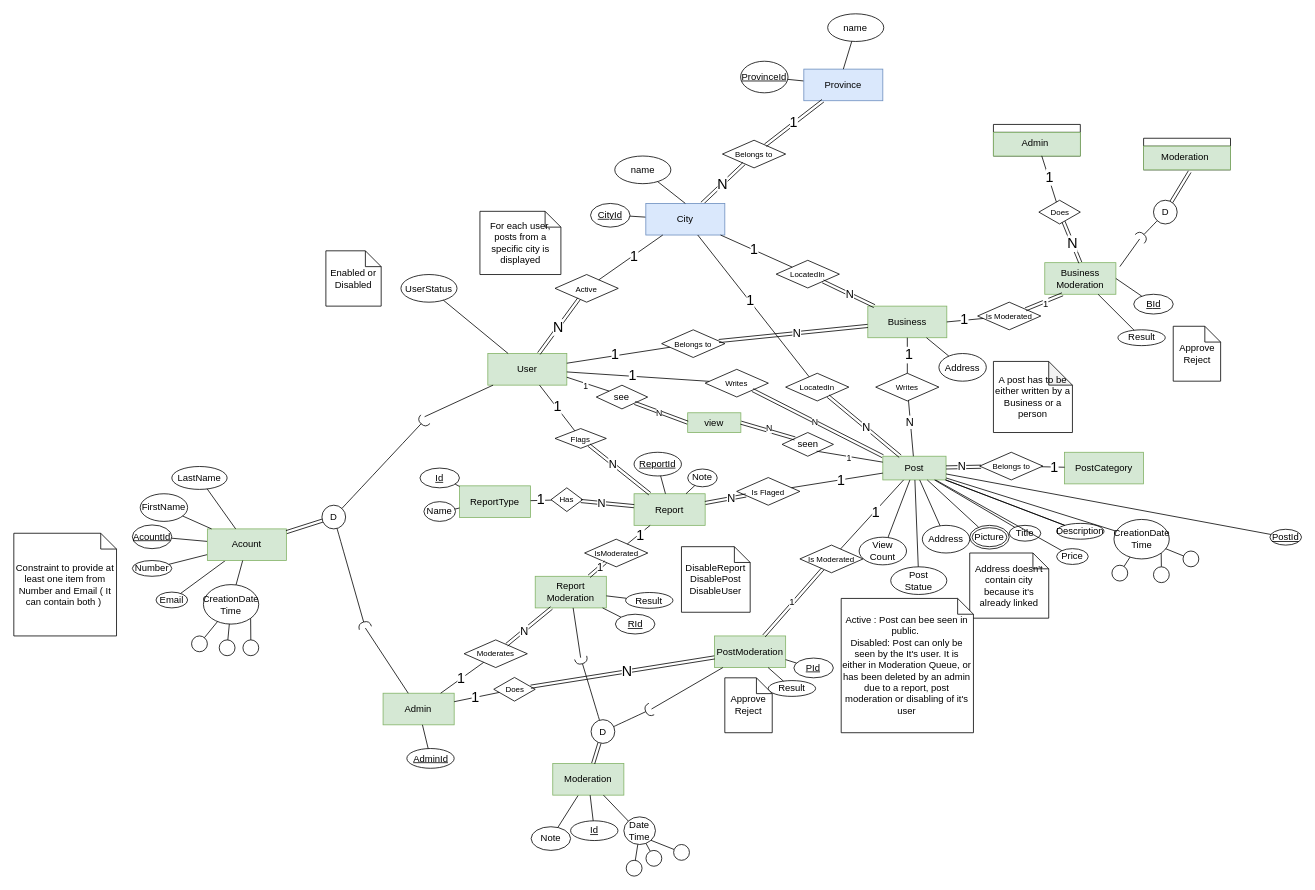
Before: Project.drawio in khebrati/HamsellDatabase, a draw.io diagram. Source tidied: cells renumbered, new cells numbered last; positions are measured from the earlier drawing's top-left corner, leaving out a move shared by most shapes. Both pictures are drawn from the tidied source at 79%, with x=0, y=0 at pixel (13, 13).
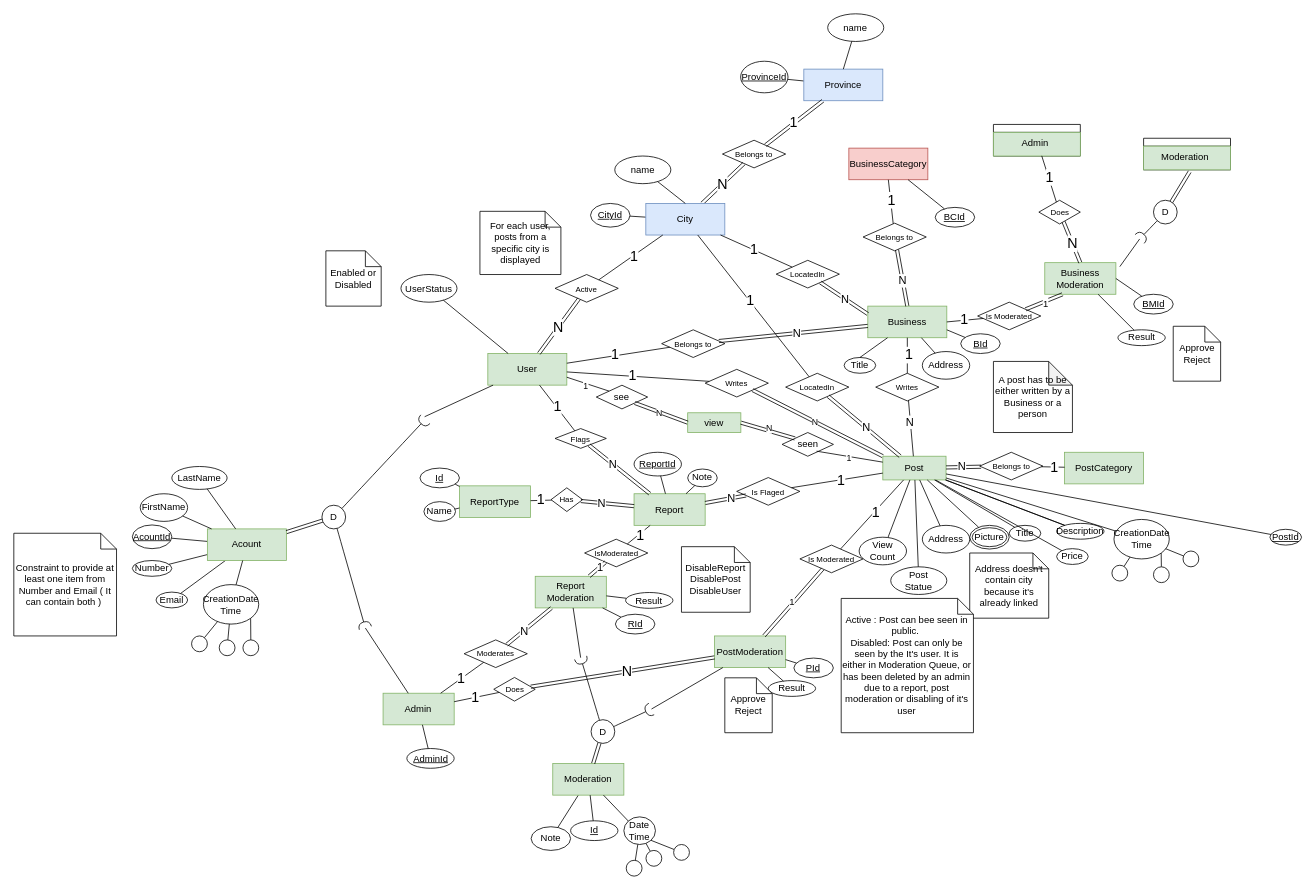
The same diagram, later.

Commit message:
Business Entity updated

The change refers to these unchanged cells:
```xml
<mxCell id="170" value="Business" style="whiteSpace=wrap;html=1;align=center;fillColor=#d5e8d4;strokeColor=#82b366;" parent="1" vertex="1">
  <mxGeometry x="1081" y="370" width="100" height="40" as="geometry" />
</mxCell>
<mxCell id="187" value="&lt;span style=&quot;font-size: 10px;&quot;&gt;LocatedIn&lt;/span&gt;" style="shape=rhombus;perimeter=rhombusPerimeter;whiteSpace=wrap;html=1;align=center;" parent="1" vertex="1">
  <mxGeometry x="965" y="312" width="80" height="35" as="geometry" />
</mxCell>
```

The edit, as a diff of the source:
```diff
@@
     <mxCell id="184" value="Address" style="ellipse;whiteSpace=wrap;html=1;align=center;" parent="1" vertex="1">
-      <mxGeometry x="1171" y="430" width="60" height="35" as="geometry" />
+      <mxGeometry x="1150" y="427.5" width="60" height="35" as="geometry" />
     </mxCell>
@@
-    <mxCell id="188" style="shape=link;html=1;rounded=0;" parent="1" edge="1" source="170" target="187">
+    <mxCell id="188" style="shape=link;html=1;rounded=0;exitX=0;exitY=0.25;exitDx=0;exitDy=0;" parent="1" edge="1" source="170" target="187">
       <mxGeometry relative="1" as="geometry" />
     </mxCell>
@@
-    <mxCell id="252" value="B&lt;span style=&quot;background-color: initial;&quot;&gt;Id&lt;/span&gt;" style="ellipse;whiteSpace=wrap;html=1;align=center;fontStyle=4;" parent="1" vertex="1">
+    <mxCell id="252" value="BM&lt;span style=&quot;background-color: initial;&quot;&gt;Id&lt;/span&gt;" style="ellipse;whiteSpace=wrap;html=1;align=center;fontStyle=4;" parent="1" vertex="1">
       <mxGeometry x="1417.6" y="355" width="50" height="25" as="geometry" />
     </mxCell>
@@
+    <mxCell id="254" value="Title" style="ellipse;whiteSpace=wrap;html=1;align=center;" parent="1" vertex="1">
+      <mxGeometry x="1051" y="435" width="40" height="20" as="geometry" />
+    </mxCell>
+    <mxCell id="255" style="endArrow=none;html=1;rounded=0;exitX=0.5;exitY=0;exitDx=0;exitDy=0;entryX=0.25;entryY=1;entryDx=0;entryDy=0;" parent="1" edge="1" source="254" target="170">
+      <mxGeometry relative="1" as="geometry" />
+    </mxCell>
+    <mxCell id="256" value="BusinessCategory" style="whiteSpace=wrap;html=1;align=center;fillColor=#f8cecc;strokeColor=#b85450;" parent="1" vertex="1">
+      <mxGeometry x="1057" y="170" width="100" height="40" as="geometry" />
+    </mxCell>
+    <mxCell id="257" value="&lt;font style=&quot;font-size: 10px;&quot;&gt;Belongs to&lt;/font&gt;" style="shape=rhombus;perimeter=rhombusPerimeter;whiteSpace=wrap;html=1;align=center;" parent="1" vertex="1">
+      <mxGeometry x="1075" y="265" width="80" height="35" as="geometry" />
+    </mxCell>
+    <mxCell id="258" style="shape=link;html=1;rounded=0;exitX=0.5;exitY=0;exitDx=0;exitDy=0;" parent="1" edge="1" source="170" target="257">
+      <mxGeometry relative="1" as="geometry" />
+    </mxCell>
+    <mxCell id="259" value="&lt;font style=&quot;font-size: 14px;&quot;&gt;N&lt;/font&gt;" style="edgeLabel;html=1;align=center;verticalAlign=middle;" parent="258" vertex="1">
+      <mxGeometry x="-0.08" y="1" relative="1" as="geometry" />
+    </mxCell>
+    <mxCell id="260" style="endArrow=none;html=1;rounded=0;entryX=0.5;entryY=1;entryDx=0;entryDy=0;" parent="1" edge="1" source="257" target="256">
+      <mxGeometry relative="1" as="geometry" />
+    </mxCell>
+    <mxCell id="261" value="&lt;font style=&quot;font-size: 18px;&quot;&gt;1&lt;/font&gt;" style="edgeLabel;html=1;align=center;verticalAlign=middle;" parent="260" vertex="1">
+      <mxGeometry x="0.08" y="-1" relative="1" as="geometry" />
+    </mxCell>
+    <mxCell id="262" style="html=1;whiteSpace=wrap;align=right;verticalAlign=bottom;" parent="1" vertex="1">
+      <mxGeometry x="1248.6" y="412" as="geometry">
+        <mxPoint x="-11" y="50" as="offset" />
+      </mxGeometry>
+    </mxCell>
+    <mxCell id="263" value="B&lt;span style=&quot;background-color: initial;&quot;&gt;Id&lt;/span&gt;" style="ellipse;whiteSpace=wrap;html=1;align=center;fontStyle=4;" parent="1" vertex="1">
+      <mxGeometry x="1198.6" y="405" width="50" height="25" as="geometry" />
+    </mxCell>
+    <mxCell id="264" style="endArrow=none;html=1;rounded=0;entryX=1;entryY=0.75;entryDx=0;entryDy=0;" parent="1" edge="1" source="263" target="170">
+      <mxGeometry relative="1" as="geometry" />
+    </mxCell>
+    <mxCell id="265" style="html=1;whiteSpace=wrap;align=right;verticalAlign=bottom;" parent="1" vertex="1">
+      <mxGeometry x="1211.3" y="237" as="geometry">
+        <mxPoint x="-11" y="50" as="offset" />
+      </mxGeometry>
+    </mxCell>
+    <mxCell id="266" value="BC&lt;span style=&quot;background-color: initial;&quot;&gt;Id&lt;/span&gt;" style="ellipse;whiteSpace=wrap;html=1;align=center;fontStyle=4;" parent="1" vertex="1">
+      <mxGeometry x="1166.3" y="245" width="50" height="25" as="geometry" />
+    </mxCell>
+    <mxCell id="267" style="endArrow=none;html=1;rounded=0;entryX=0.75;entryY=1;entryDx=0;entryDy=0;" parent="1" edge="1" source="266" target="256">
+      <mxGeometry relative="1" as="geometry" />
+    </mxCell>
```
